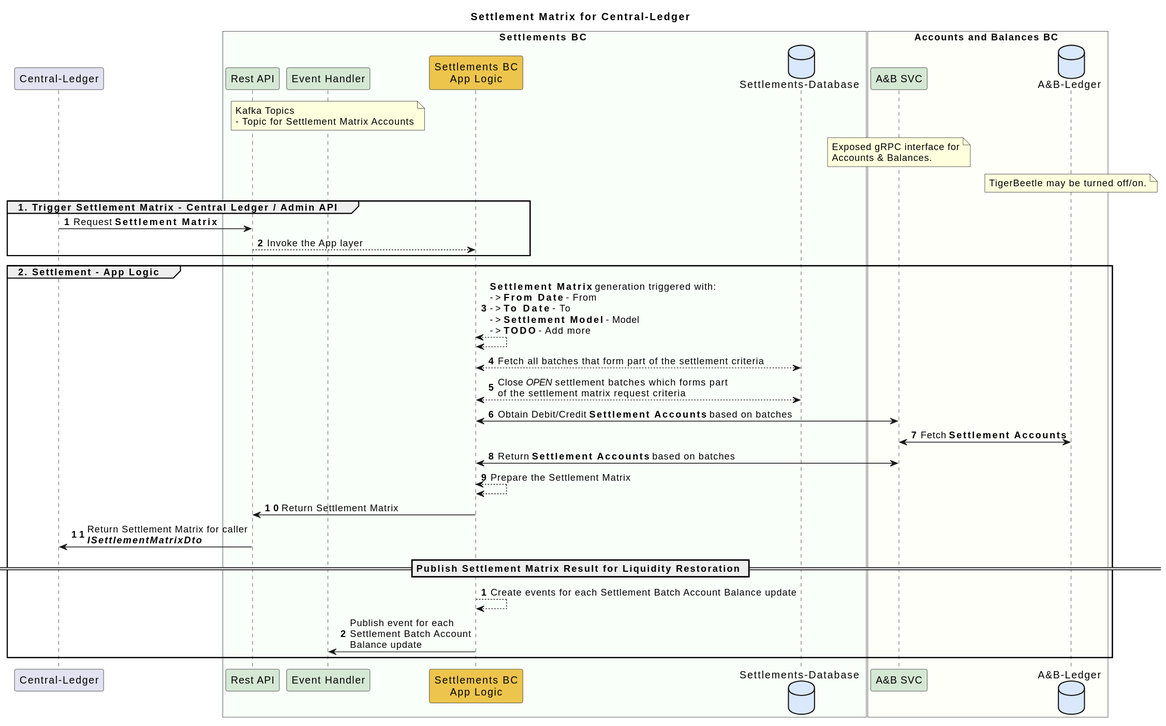
The PlantUML diagram docs/flows/02-settlement-matrix-cl.svg in mojaloop/settlements-bc, before a commit.
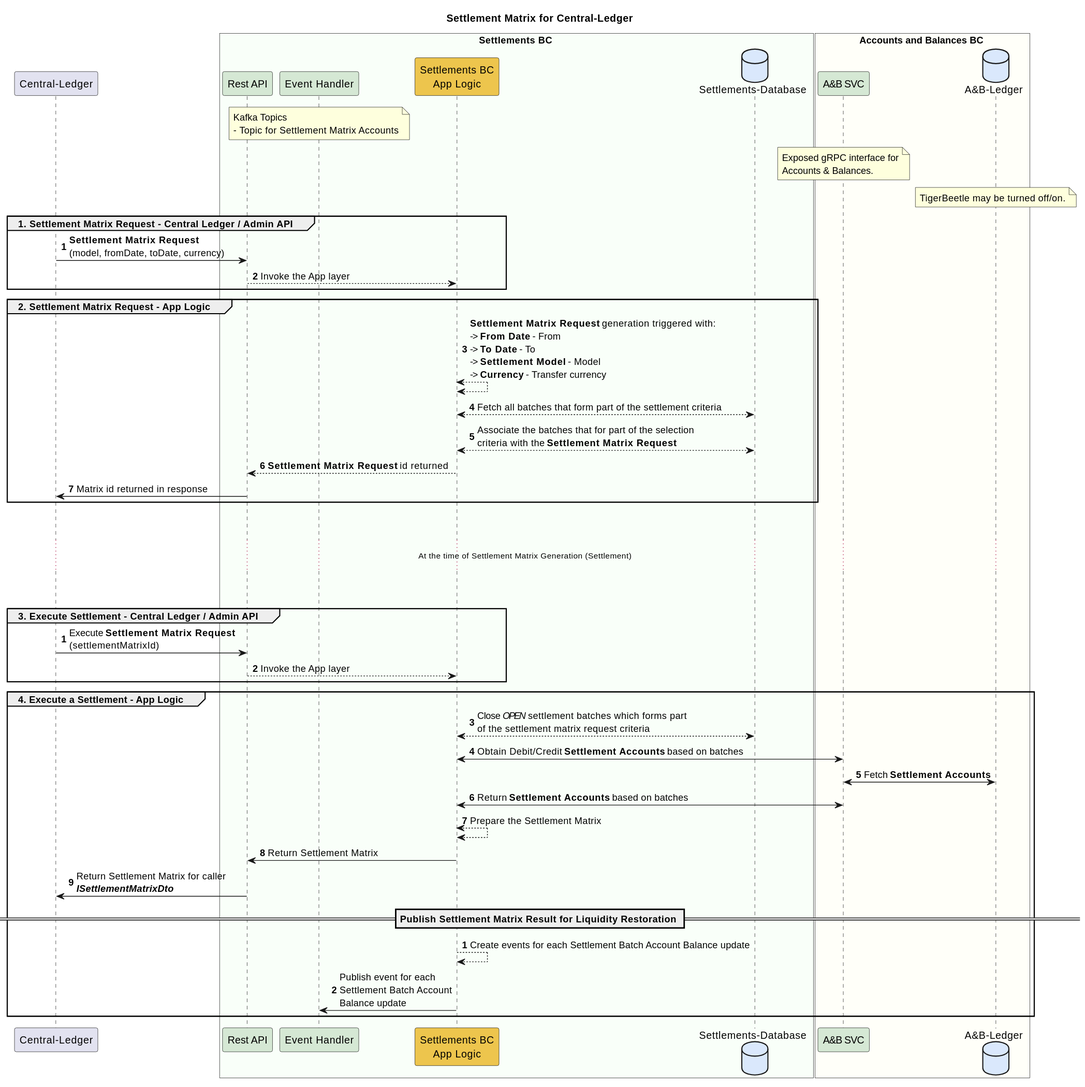
Above is the later version.

Diff of the diagram source:
```diff
@@ -26,15 +26,31 @@
     end note
 end box
 
-group 1. Trigger Settlement Matrix - Central Ledger / Admin API
+group 1. Settlement Matrix Request - Central Ledger / Admin API
 autonumber
-    ext_cl -> sbc_rest : Request **Settlement Matrix**
+    ext_cl -> sbc_rest : **Settlement Matrix Request**\n(model, fromDate, toDate, currency)
     sbc_rest --> sbc_app_logic : Invoke the App layer
 end
 
-group 2. Settlement - App Logic
-    sbc_app_logic <--> sbc_app_logic: **Settlement Matrix** generation triggered with:\n-> **From Date** - From\n-> **To Date** - To\n-> **Settlement Model** - Model\n-> **TODO** - Add more
+group 2. Settlement Matrix Request - App Logic
+    sbc_app_logic <--> sbc_app_logic: **Settlement Matrix Request** generation triggered with:\n-> **From Date** - From\n-> **To Date** - To\n-> **Settlement Model** - Model\n-> **Currency** - Transfer currency
     sbc_app_logic <--> sbc_db : Fetch all batches that form part of the settlement criteria
+    sbc_app_logic <--> sbc_db : Associate the batches that for part of the selection \ncriteria with the **Settlement Matrix Request**
+    sbc_app_logic --> sbc_rest : **Settlement Matrix Request** id returned
+    sbc_rest -> ext_cl : Matrix id returned in response
+end
+
+||45||
+...At the time of Settlement Matrix Generation (Settlement) ...
+||45||
+
+group 3. Execute Settlement - Central Ledger / Admin API
+autonumber
+    ext_cl -> sbc_rest : Execute **Settlement Matrix Request**\n(settlementMatrixId)
+    sbc_rest --> sbc_app_logic : Invoke the App layer
+end
+
+group 4. Execute a Settlement - App Logic
     sbc_app_logic <--> sbc_db : Close //OPEN// settlement batches which forms part \nof the settlement matrix request criteria
     sbc_app_logic <-> abbc_grpc : Obtain Debit/Credit **Settlement Accounts** based on batches
     abbc_grpc <-> abbc_tigerbeetle: Fetch **Settlement Accounts**
```
